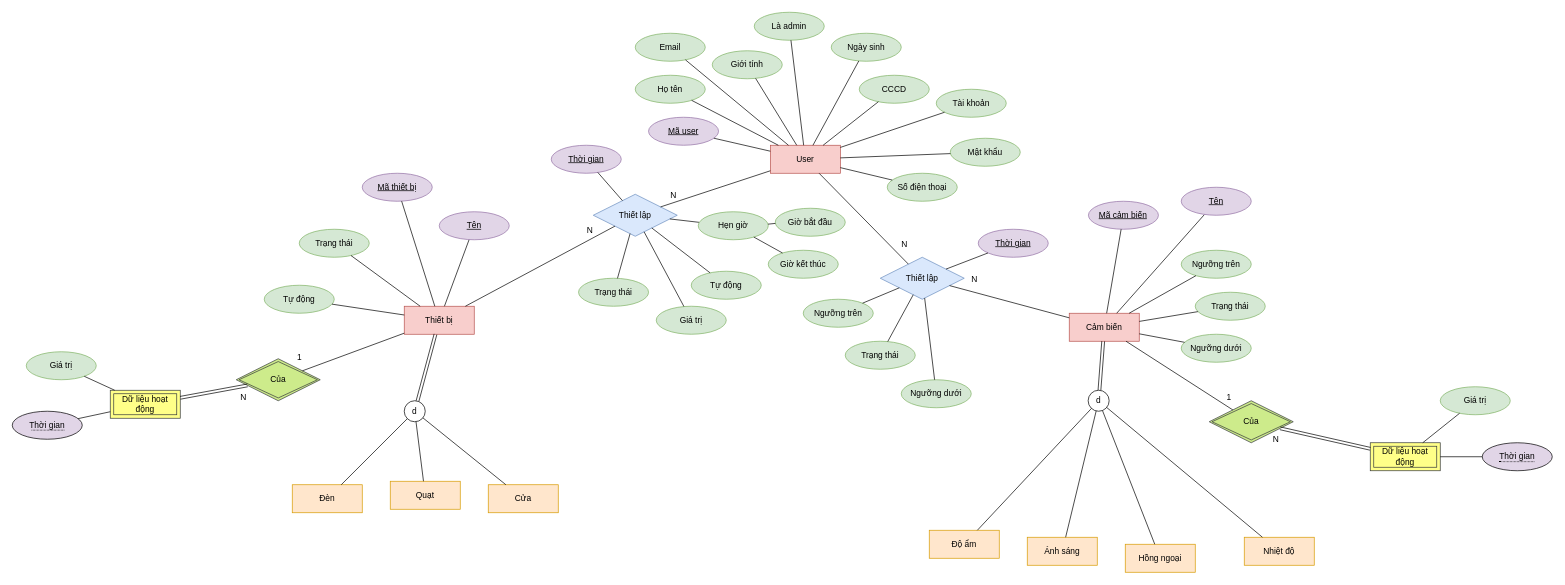
Above: page "Main" (1 of 2) of Week 3/ERD.drawio in astr0tas/Smart-Home-CNPM (draw.io), before the change. Source tidied: cells renumbered, new cells numbered last; positions are measured from the earlier drawing's top-left corner, leaving out a move shared by most shapes. Both pictures are drawn from the tidied source at 70%, with x=0, y=0 at pixel (12, 12).
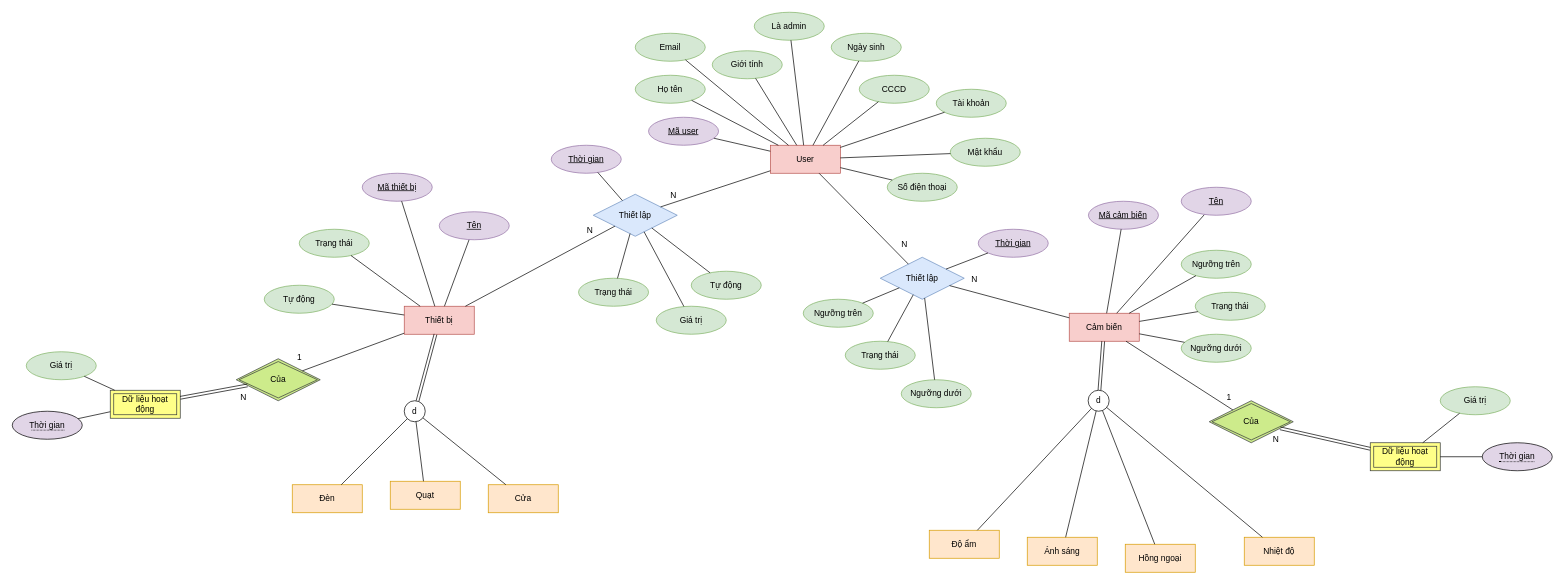
Above is the later version.

Commit message:
Cập nhật ERD.drawio

The change refers to these unchanged cells:
```xml
<mxCell id="23" value="Thiết lập" style="shape=rhombus;perimeter=rhombusPerimeter;whiteSpace=wrap;html=1;align=center;fillColor=#dae8fc;strokeColor=#6c8ebf;" parent="1" vertex="1">
  <mxGeometry x="830" y="260" width="120" height="60" as="geometry" />
</mxCell>
```

The edit, as a diff of the source:
```diff
@@
-    <mxCell id="95" style="endArrow=none;html=1;rounded=0;" parent="1" edge="1" source="96" target="23">
-      <mxGeometry relative="1" as="geometry" />
-    </mxCell>
-    <mxCell id="96" value="Hẹn giờ" style="ellipse;whiteSpace=wrap;html=1;align=center;fillColor=#d5e8d4;strokeColor=#82b366;" parent="1" vertex="1">
-      <mxGeometry x="980" y="285" width="100" height="40" as="geometry" />
-    </mxCell>
-    <mxCell id="97" value="Giờ kết thúc" style="ellipse;whiteSpace=wrap;html=1;align=center;fillColor=#d5e8d4;strokeColor=#82b366;" parent="1" vertex="1">
-      <mxGeometry x="1080" y="340" width="100" height="40" as="geometry" />
-    </mxCell>
-    <mxCell id="98" value="Giờ bắt đầu" style="ellipse;whiteSpace=wrap;html=1;align=center;fillColor=#d5e8d4;strokeColor=#82b366;" parent="1" vertex="1">
-      <mxGeometry x="1090" y="280" width="100" height="40" as="geometry" />
-    </mxCell>
-    <mxCell id="99" style="endArrow=none;html=1;rounded=0;" parent="1" edge="1" source="98" target="96">
-      <mxGeometry relative="1" as="geometry" />
-    </mxCell>
-    <mxCell id="100" style="endArrow=none;html=1;rounded=0;" parent="1" edge="1" source="97" target="96">
-      <mxGeometry relative="1" as="geometry" />
-    </mxCell>
```
